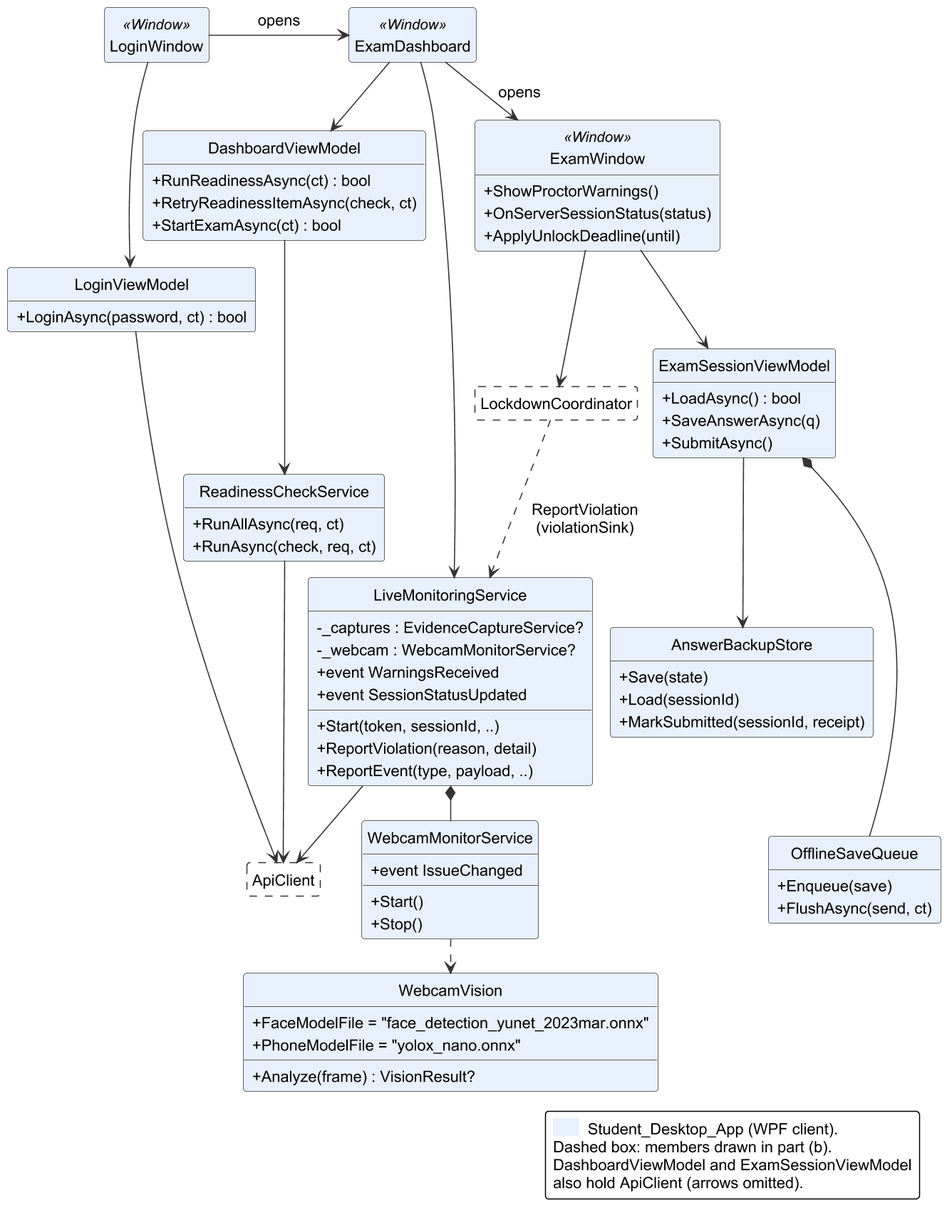
This is important docs/fyp_doc_3chatp/Figures/class_diagram_client.png from Haiderali27-hub/AI-Lab-Monitoring-, a PlantUML export, as it was before one commit.
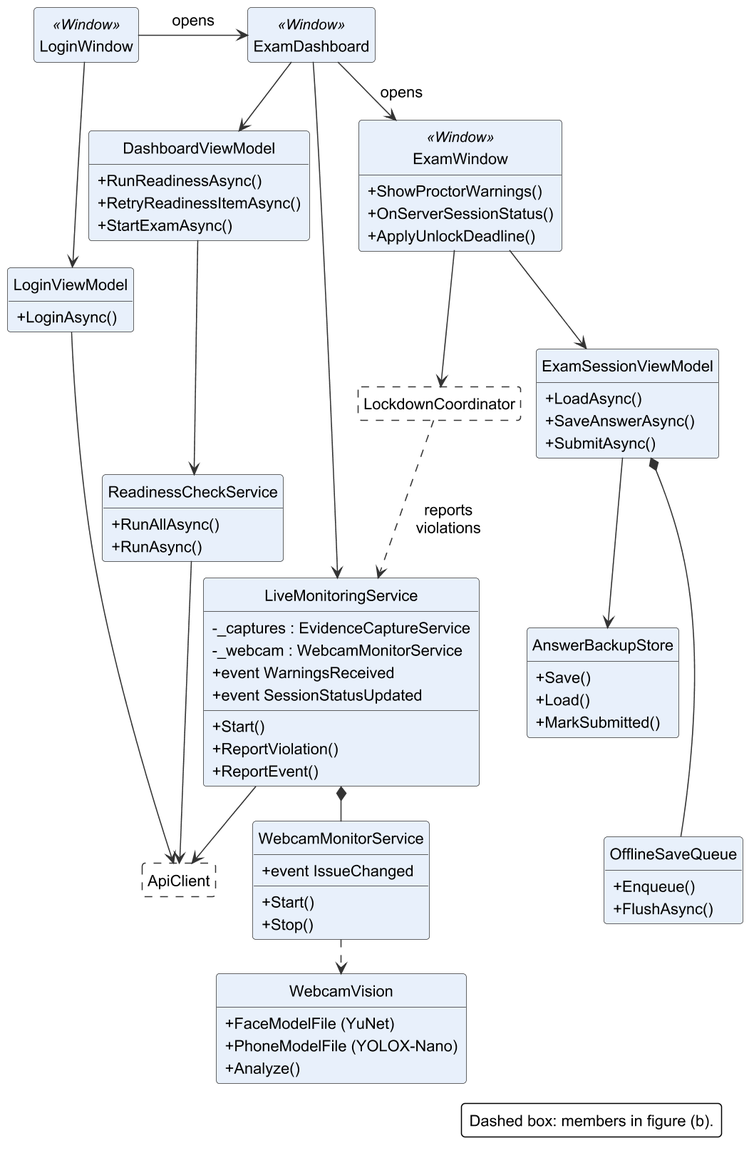
After the commit.

What changed in the source:
```diff
@@ -17,42 +17,42 @@
 class ExamDashboard <<Window>> #E8F0FB
 class ExamWindow <<Window>> #E8F0FB {
   +ShowProctorWarnings()
-  +OnServerSessionStatus(status)
-  +ApplyUnlockDeadline(until)
+  +OnServerSessionStatus()
+  +ApplyUnlockDeadline()
 }
 class LoginViewModel #E8F0FB {
-  +LoginAsync(password, ct) : bool
+  +LoginAsync()
 }
 class DashboardViewModel #E8F0FB {
-  +RunReadinessAsync(ct) : bool
-  +RetryReadinessItemAsync(check, ct)
-  +StartExamAsync(ct) : bool
+  +RunReadinessAsync()
+  +RetryReadinessItemAsync()
+  +StartExamAsync()
 }
 class ExamSessionViewModel #E8F0FB {
-  +LoadAsync() : bool
-  +SaveAnswerAsync(q)
+  +LoadAsync()
+  +SaveAnswerAsync()
   +SubmitAsync()
 }
 class AnswerBackupStore #E8F0FB {
-  +Save(state)
-  +Load(sessionId)
-  +MarkSubmitted(sessionId, receipt)
+  +Save()
+  +Load()
+  +MarkSubmitted()
 }
 class OfflineSaveQueue #E8F0FB {
-  +Enqueue(save)
-  +FlushAsync(send, ct)
+  +Enqueue()
+  +FlushAsync()
 }
 class ReadinessCheckService #E8F0FB {
-  +RunAllAsync(req, ct)
-  +RunAsync(check, req, ct)
+  +RunAllAsync()
+  +RunAsync()
 }
 class LockdownCoordinator #FFFFFF ##[dashed]
 class LiveMonitoringService #E8F0FB {
-  -_captures : EvidenceCaptureService?
-  -_webcam : WebcamMonitorService?
-  +Start(token, sessionId, ..)
-  +ReportViolation(reason, detail)
-  +ReportEvent(type, payload, ..)
+  -_captures : EvidenceCaptureService
+  -_webcam : WebcamMonitorService
+  +Start()
+  +ReportViolation()
+  +ReportEvent()
   +event WarningsReceived
   +event SessionStatusUpdated
 }
@@ -62,9 +62,9 @@
   +event IssueChanged
 }
 class WebcamVision #E8F0FB {
-  +FaceModelFile = "face_detection_yunet_2023mar.onnx"
-  +PhoneModelFile = "yolox_nano.onnx"
-  +Analyze(frame) : VisionResult?
+  +FaceModelFile (YuNet)
+  +PhoneModelFile (YOLOX-Nano)
+  +Analyze()
 }
 class ApiClient #FFFFFF ##[dashed]
 
@@ -81,16 +81,13 @@
 AnswerBackupStore -[hidden]down- OfflineSaveQueue
 ReadinessCheckService --> ApiClient
 LoginViewModel --> ApiClient
-LockdownCoordinator ..> LiveMonitoringService : ReportViolation\n(violationSink)
+LockdownCoordinator ..> LiveMonitoringService : reports\nviolations
 LiveMonitoringService *-- WebcamMonitorService
 WebcamMonitorService ..> WebcamVision
 LiveMonitoringService --> ApiClient
 
 skinparam legendFontSize 14
 legend bottom right
-  <back:#E8F0FB>      </back>  Student<U+005F>Desktop<U+005F>App (WPF client).
-  Dashed box: members drawn in part (b).
-  DashboardViewModel and ExamSessionViewModel
-  also hold ApiClient (arrows omitted).
+  Dashed box: members in figure (b).
 endlegend
 @enduml
```
